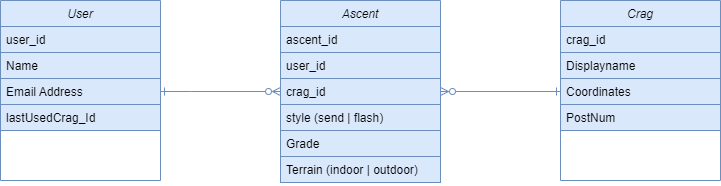
Above: bulder.drawio.png in turbosnute/bulder (draw.io), before the change. Source tidied: cells renumbered, new cells last; positions are measured from the earlier drawing's top-left corner, leaving out a move shared by most shapes. Source of this version:
```xml
<mxGraphModel>
  <root>
    <mxCell id="0" />
    <mxCell id="1" parent="0" />
    <mxCell id="2" style="edgeStyle=orthogonalEdgeStyle;rounded=0;jumpSize=7;jettySize=auto;html=1;entryX=0;entryY=0.5;entryDx=0;entryDy=0;startArrow=ERone;startFill=0;endArrow=ERzeroToMany;endFill=0;fillColor=#dae8fc;strokeColor=#6c8ebf;" parent="1" edge="1" source="3" target="16">
      <mxGeometry relative="1" as="geometry">
        <Array as="points">
          <mxPoint x="190" y="91" />
          <mxPoint x="190" y="91" />
        </Array>
      </mxGeometry>
    </mxCell>
    <mxCell id="3" value="User" style="swimlane;fontStyle=2;align=center;verticalAlign=top;horizontal=1;startSize=26;rounded=0;shadow=0;strokeWidth=1;fillColor=#dae8fc;strokeColor=#6c8ebf;" parent="1" vertex="1">
      <mxGeometry width="160" height="180" as="geometry" />
    </mxCell>
    <mxCell id="4" value="user_id" style="text;align=left;verticalAlign=top;spacingLeft=4;spacingRight=4;overflow=hidden;fillColor=#dae8fc;strokeColor=#6c8ebf;" parent="3" vertex="1">
      <mxGeometry y="26" width="160" height="26" as="geometry" />
    </mxCell>
    <mxCell id="5" value="Name" style="text;align=left;verticalAlign=top;spacingLeft=4;spacingRight=4;overflow=hidden;fillColor=#dae8fc;strokeColor=#6c8ebf;" parent="3" vertex="1">
      <mxGeometry y="52" width="160" height="26" as="geometry" />
    </mxCell>
    <mxCell id="6" value="Email Address" style="text;align=left;verticalAlign=top;spacingLeft=4;spacingRight=4;overflow=hidden;rounded=0;shadow=0;html=0;fillColor=#dae8fc;strokeColor=#6c8ebf;" parent="3" vertex="1">
      <mxGeometry y="78" width="160" height="26" as="geometry" />
    </mxCell>
    <mxCell id="7" value="lastUsedCrag_Id" style="text;align=left;verticalAlign=top;spacingLeft=4;spacingRight=4;overflow=hidden;rounded=0;shadow=0;html=0;fillColor=#dae8fc;strokeColor=#6c8ebf;" parent="3" vertex="1">
      <mxGeometry y="104" width="160" height="26" as="geometry" />
    </mxCell>
    <mxCell id="8" value="Crag" style="swimlane;fontStyle=2;align=center;verticalAlign=top;horizontal=1;startSize=26;rounded=0;shadow=0;strokeWidth=1;fillColor=#dae8fc;strokeColor=#6c8ebf;" parent="1" vertex="1">
      <mxGeometry x="560" width="160" height="180" as="geometry" />
    </mxCell>
    <mxCell id="9" value="crag_id" style="text;align=left;verticalAlign=top;spacingLeft=4;spacingRight=4;overflow=hidden;fillColor=#dae8fc;strokeColor=#6c8ebf;" parent="8" vertex="1">
      <mxGeometry y="26" width="160" height="26" as="geometry" />
    </mxCell>
    <mxCell id="10" value="Displayname" style="text;align=left;verticalAlign=top;spacingLeft=4;spacingRight=4;overflow=hidden;rounded=0;shadow=0;html=0;fillColor=#dae8fc;strokeColor=#6c8ebf;" parent="8" vertex="1">
      <mxGeometry y="52" width="160" height="26" as="geometry" />
    </mxCell>
    <mxCell id="11" value="Coordinates" style="text;align=left;verticalAlign=top;spacingLeft=4;spacingRight=4;overflow=hidden;points=[[0,0.5],[1,0.5]];portConstraint=eastwest;rounded=0;shadow=0;html=0;fillColor=#dae8fc;strokeColor=#6c8ebf;" parent="8" vertex="1">
      <mxGeometry y="78" width="160" height="26" as="geometry" />
    </mxCell>
    <mxCell id="12" value="PostNum" style="text;align=left;verticalAlign=top;spacingLeft=4;spacingRight=4;overflow=hidden;rounded=0;shadow=0;html=0;fillColor=#dae8fc;strokeColor=#6c8ebf;" parent="8" vertex="1">
      <mxGeometry y="104" width="160" height="26" as="geometry" />
    </mxCell>
    <mxCell id="13" value="Ascent" style="swimlane;fontStyle=2;align=center;verticalAlign=top;horizontal=1;startSize=26;rounded=0;shadow=0;strokeWidth=1;fillColor=#dae8fc;strokeColor=#6c8ebf;" parent="1" vertex="1">
      <mxGeometry x="280" width="160" height="182" as="geometry" />
    </mxCell>
    <mxCell id="14" value="ascent_id" style="text;align=left;verticalAlign=top;spacingLeft=4;spacingRight=4;overflow=hidden;fillColor=#dae8fc;strokeColor=#6c8ebf;" parent="13" vertex="1">
      <mxGeometry y="26" width="160" height="26" as="geometry" />
    </mxCell>
    <mxCell id="15" value="user_id" style="text;align=left;verticalAlign=top;spacingLeft=4;spacingRight=4;overflow=hidden;rounded=0;shadow=0;html=0;fillColor=#dae8fc;strokeColor=#6c8ebf;" parent="13" vertex="1">
      <mxGeometry y="52" width="160" height="26" as="geometry" />
    </mxCell>
    <mxCell id="16" value="crag_id" style="text;align=left;verticalAlign=top;spacingLeft=4;spacingRight=4;overflow=hidden;points=[[0,0.5],[1,0.5]];portConstraint=eastwest;rounded=0;shadow=0;html=0;fillColor=#dae8fc;strokeColor=#6c8ebf;" parent="13" vertex="1">
      <mxGeometry y="78" width="160" height="26" as="geometry" />
    </mxCell>
    <mxCell id="17" value="style (send | flash)" style="text;align=left;verticalAlign=top;spacingLeft=4;spacingRight=4;overflow=hidden;rounded=0;shadow=0;html=0;fillColor=#dae8fc;strokeColor=#6c8ebf;" parent="13" vertex="1">
      <mxGeometry y="104" width="160" height="26" as="geometry" />
    </mxCell>
    <mxCell id="18" value="Grade" style="text;align=left;verticalAlign=top;spacingLeft=4;spacingRight=4;overflow=hidden;rounded=0;shadow=0;html=0;fillColor=#dae8fc;strokeColor=#6c8ebf;" parent="13" vertex="1">
      <mxGeometry y="130" width="160" height="26" as="geometry" />
    </mxCell>
    <mxCell id="19" value="Terrain (indoor | outdoor)" style="text;align=left;verticalAlign=top;spacingLeft=4;spacingRight=4;overflow=hidden;rounded=0;shadow=0;html=0;fillColor=#dae8fc;strokeColor=#6c8ebf;" parent="13" vertex="1">
      <mxGeometry y="156" width="160" height="26" as="geometry" />
    </mxCell>
    <mxCell id="20" style="edgeStyle=orthogonalEdgeStyle;rounded=0;jettySize=auto;html=1;endArrow=ERone;endFill=0;strokeColor=#6c8ebf;startArrow=ERzeroToMany;startFill=0;fillColor=#dae8fc;jumpSize=7;" parent="1" edge="1" source="16" target="11">
      <mxGeometry relative="1" as="geometry" />
    </mxCell>
  </root>
</mxGraphModel>
```
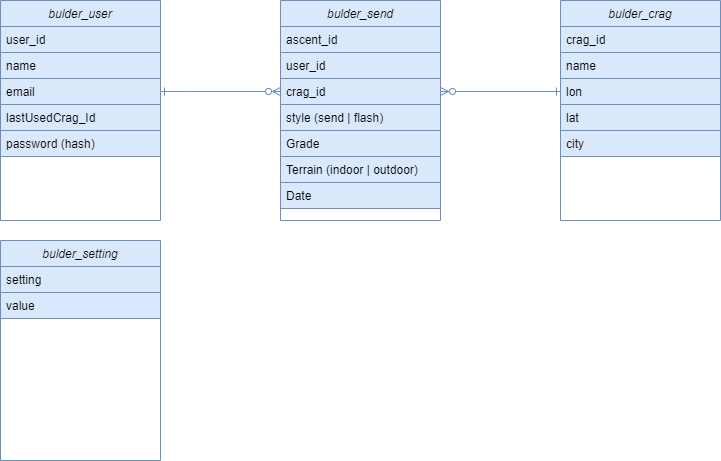
After the commit.

The edit, as a diff of the source:
```diff
@@ -10,38 +10,44 @@
         </Array>
       </mxGeometry>
     </mxCell>
-    <mxCell id="3" value="User" style="swimlane;fontStyle=2;align=center;verticalAlign=top;horizontal=1;startSize=26;rounded=0;shadow=0;strokeWidth=1;fillColor=#dae8fc;strokeColor=#6c8ebf;" parent="1" vertex="1">
-      <mxGeometry width="160" height="180" as="geometry" />
+    <mxCell id="3" value="bulder_user" style="swimlane;fontStyle=2;align=center;verticalAlign=top;horizontal=1;startSize=26;rounded=0;shadow=0;strokeWidth=1;fillColor=#dae8fc;strokeColor=#6c8ebf;" parent="1" vertex="1">
+      <mxGeometry width="160" height="220" as="geometry" />
     </mxCell>
     <mxCell id="4" value="user_id" style="text;align=left;verticalAlign=top;spacingLeft=4;spacingRight=4;overflow=hidden;fillColor=#dae8fc;strokeColor=#6c8ebf;" parent="3" vertex="1">
       <mxGeometry y="26" width="160" height="26" as="geometry" />
     </mxCell>
-    <mxCell id="5" value="Name" style="text;align=left;verticalAlign=top;spacingLeft=4;spacingRight=4;overflow=hidden;fillColor=#dae8fc;strokeColor=#6c8ebf;" parent="3" vertex="1">
+    <mxCell id="5" value="name" style="text;align=left;verticalAlign=top;spacingLeft=4;spacingRight=4;overflow=hidden;fillColor=#dae8fc;strokeColor=#6c8ebf;" parent="3" vertex="1">
       <mxGeometry y="52" width="160" height="26" as="geometry" />
     </mxCell>
-    <mxCell id="6" value="Email Address" style="text;align=left;verticalAlign=top;spacingLeft=4;spacingRight=4;overflow=hidden;rounded=0;shadow=0;html=0;fillColor=#dae8fc;strokeColor=#6c8ebf;" parent="3" vertex="1">
+    <mxCell id="6" value="email" style="text;align=left;verticalAlign=top;spacingLeft=4;spacingRight=4;overflow=hidden;rounded=0;shadow=0;html=0;fillColor=#dae8fc;strokeColor=#6c8ebf;" parent="3" vertex="1">
       <mxGeometry y="78" width="160" height="26" as="geometry" />
     </mxCell>
     <mxCell id="7" value="lastUsedCrag_Id" style="text;align=left;verticalAlign=top;spacingLeft=4;spacingRight=4;overflow=hidden;rounded=0;shadow=0;html=0;fillColor=#dae8fc;strokeColor=#6c8ebf;" parent="3" vertex="1">
       <mxGeometry y="104" width="160" height="26" as="geometry" />
     </mxCell>
+    <mxCell id="21" value="password (hash)" style="text;align=left;verticalAlign=top;spacingLeft=4;spacingRight=4;overflow=hidden;rounded=0;shadow=0;html=0;fillColor=#dae8fc;strokeColor=#6c8ebf;" parent="3" vertex="1">
+      <mxGeometry y="130" width="160" height="26" as="geometry" />
+    </mxCell>
-    <mxCell id="8" value="Crag" style="swimlane;fontStyle=2;align=center;verticalAlign=top;horizontal=1;startSize=26;rounded=0;shadow=0;strokeWidth=1;fillColor=#dae8fc;strokeColor=#6c8ebf;" parent="1" vertex="1">
-      <mxGeometry x="560" width="160" height="180" as="geometry" />
+    <mxCell id="8" value="bulder_crag" style="swimlane;fontStyle=2;align=center;verticalAlign=top;horizontal=1;startSize=26;rounded=0;shadow=0;strokeWidth=1;fillColor=#dae8fc;strokeColor=#6c8ebf;" parent="1" vertex="1">
+      <mxGeometry x="560" width="160" height="220" as="geometry" />
     </mxCell>
     <mxCell id="9" value="crag_id" style="text;align=left;verticalAlign=top;spacingLeft=4;spacingRight=4;overflow=hidden;fillColor=#dae8fc;strokeColor=#6c8ebf;" parent="8" vertex="1">
       <mxGeometry y="26" width="160" height="26" as="geometry" />
     </mxCell>
-    <mxCell id="10" value="Displayname" style="text;align=left;verticalAlign=top;spacingLeft=4;spacingRight=4;overflow=hidden;rounded=0;shadow=0;html=0;fillColor=#dae8fc;strokeColor=#6c8ebf;" parent="8" vertex="1">
+    <mxCell id="10" value="name" style="text;align=left;verticalAlign=top;spacingLeft=4;spacingRight=4;overflow=hidden;rounded=0;shadow=0;html=0;fillColor=#dae8fc;strokeColor=#6c8ebf;" parent="8" vertex="1">
       <mxGeometry y="52" width="160" height="26" as="geometry" />
     </mxCell>
-    <mxCell id="11" value="Coordinates" style="text;align=left;verticalAlign=top;spacingLeft=4;spacingRight=4;overflow=hidden;points=[[0,0.5],[1,0.5]];portConstraint=eastwest;rounded=0;shadow=0;html=0;fillColor=#dae8fc;strokeColor=#6c8ebf;" parent="8" vertex="1">
+    <mxCell id="11" value="lon" style="text;align=left;verticalAlign=top;spacingLeft=4;spacingRight=4;overflow=hidden;points=[[0,0.5],[1,0.5]];portConstraint=eastwest;rounded=0;shadow=0;html=0;fillColor=#dae8fc;strokeColor=#6c8ebf;" parent="8" vertex="1">
       <mxGeometry y="78" width="160" height="26" as="geometry" />
     </mxCell>
-    <mxCell id="12" value="PostNum" style="text;align=left;verticalAlign=top;spacingLeft=4;spacingRight=4;overflow=hidden;rounded=0;shadow=0;html=0;fillColor=#dae8fc;strokeColor=#6c8ebf;" parent="8" vertex="1">
-      <mxGeometry y="104" width="160" height="26" as="geometry" />
-    </mxCell>
+    <mxCell id="22" value="lat" style="text;align=left;verticalAlign=top;spacingLeft=4;spacingRight=4;overflow=hidden;rounded=0;shadow=0;html=0;fillColor=#dae8fc;strokeColor=#6c8ebf;" parent="8" vertex="1">
+      <mxGeometry y="104" width="160" height="26" as="geometry" />
+    </mxCell>
+    <mxCell id="23" value="city" style="text;align=left;verticalAlign=top;spacingLeft=4;spacingRight=4;overflow=hidden;rounded=0;shadow=0;html=0;fillColor=#dae8fc;strokeColor=#6c8ebf;" parent="8" vertex="1">
+      <mxGeometry y="130" width="160" height="26" as="geometry" />
+    </mxCell>
-    <mxCell id="13" value="Ascent" style="swimlane;fontStyle=2;align=center;verticalAlign=top;horizontal=1;startSize=26;rounded=0;shadow=0;strokeWidth=1;fillColor=#dae8fc;strokeColor=#6c8ebf;" parent="1" vertex="1">
-      <mxGeometry x="280" width="160" height="182" as="geometry" />
+    <mxCell id="13" value="bulder_send" style="swimlane;fontStyle=2;align=center;verticalAlign=top;horizontal=1;startSize=26;rounded=0;shadow=0;strokeWidth=1;fillColor=#dae8fc;strokeColor=#6c8ebf;" parent="1" vertex="1">
+      <mxGeometry x="280" width="160" height="220" as="geometry" />
     </mxCell>
     <mxCell id="14" value="ascent_id" style="text;align=left;verticalAlign=top;spacingLeft=4;spacingRight=4;overflow=hidden;fillColor=#dae8fc;strokeColor=#6c8ebf;" parent="13" vertex="1">
       <mxGeometry y="26" width="160" height="26" as="geometry" />
@@ -61,8 +67,20 @@
     <mxCell id="19" value="Terrain (indoor | outdoor)" style="text;align=left;verticalAlign=top;spacingLeft=4;spacingRight=4;overflow=hidden;rounded=0;shadow=0;html=0;fillColor=#dae8fc;strokeColor=#6c8ebf;" parent="13" vertex="1">
       <mxGeometry y="156" width="160" height="26" as="geometry" />
     </mxCell>
+    <mxCell id="24" value="Date" style="text;align=left;verticalAlign=top;spacingLeft=4;spacingRight=4;overflow=hidden;rounded=0;shadow=0;html=0;fillColor=#dae8fc;strokeColor=#6c8ebf;" parent="13" vertex="1">
+      <mxGeometry y="182" width="160" height="26" as="geometry" />
+    </mxCell>
     <mxCell id="20" style="edgeStyle=orthogonalEdgeStyle;rounded=0;jettySize=auto;html=1;endArrow=ERone;endFill=0;strokeColor=#6c8ebf;startArrow=ERzeroToMany;startFill=0;fillColor=#dae8fc;jumpSize=7;" parent="1" edge="1" source="16" target="11">
       <mxGeometry relative="1" as="geometry" />
     </mxCell>
+    <mxCell id="25" value="bulder_setting" style="swimlane;fontStyle=2;align=center;verticalAlign=top;horizontal=1;startSize=26;rounded=0;shadow=0;strokeWidth=1;fillColor=#dae8fc;strokeColor=#6c8ebf;" parent="1" vertex="1">
+      <mxGeometry y="240" width="160" height="220" as="geometry" />
+    </mxCell>
+    <mxCell id="26" value="setting" style="text;align=left;verticalAlign=top;spacingLeft=4;spacingRight=4;overflow=hidden;fillColor=#dae8fc;strokeColor=#6c8ebf;" parent="25" vertex="1">
+      <mxGeometry y="26" width="160" height="26" as="geometry" />
+    </mxCell>
+    <mxCell id="27" value="value" style="text;align=left;verticalAlign=top;spacingLeft=4;spacingRight=4;overflow=hidden;rounded=0;shadow=0;html=0;fillColor=#dae8fc;strokeColor=#6c8ebf;" parent="25" vertex="1">
+      <mxGeometry y="52" width="160" height="26" as="geometry" />
+    </mxCell>
   </root>
 </mxGraphModel>
```
